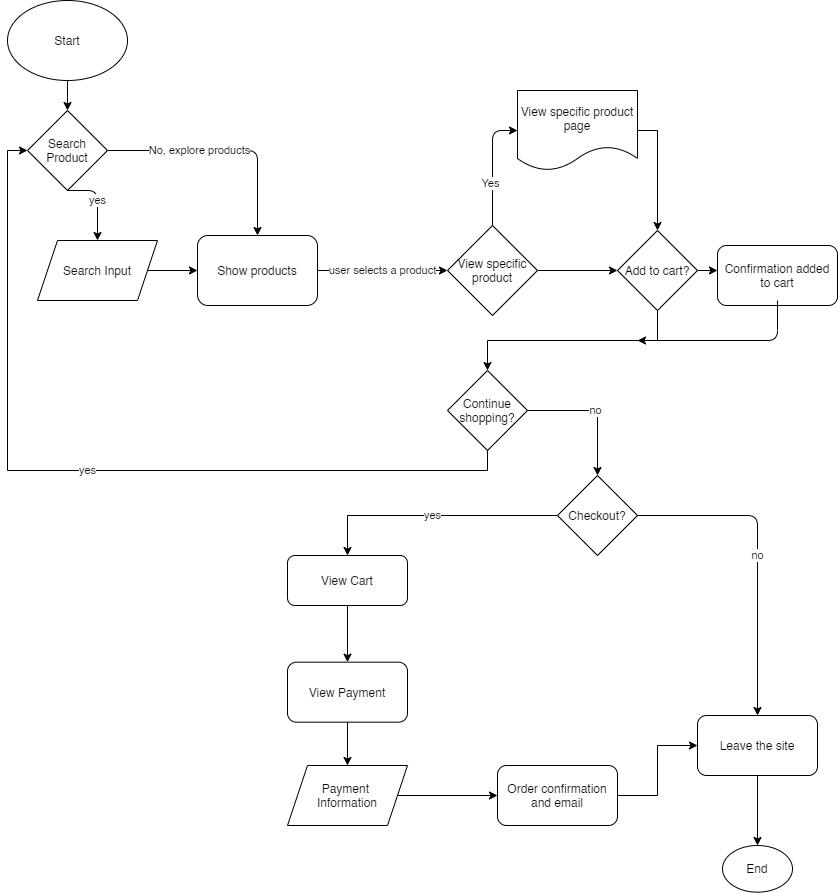
The draw.io diagram explore/diagramming/diagram.drawio.png in lmidang/fa21-cse110-lab4, before a commit. Source tidied: cells renumbered, new cells last; positions are measured from the earlier drawing's top-left corner, leaving out a move shared by most shapes.
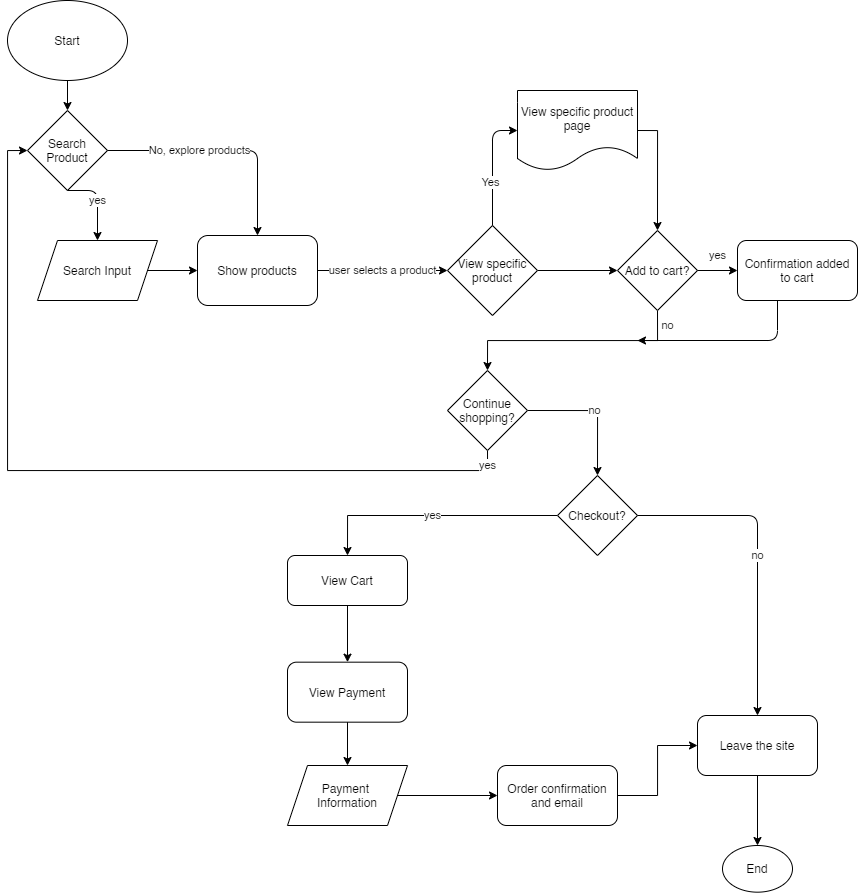
The same file after the commit.

The edit, as a diff of the source:
```diff
@@ -39,14 +39,14 @@
     <mxCell id="10" value="View&amp;nbsp;specific product" style="rhombus;whiteSpace=wrap;html=1;" parent="1" vertex="1">
       <mxGeometry x="440" y="225" width="90" height="90" as="geometry" />
     </mxCell>
-    <mxCell id="11" style="edgeStyle=orthogonalEdgeStyle;rounded=0;jettySize=auto;html=1;exitX=0.5;exitY=1;exitDx=0;exitDy=0;entryX=0.5;entryY=0;entryDx=0;entryDy=0;" parent="1" edge="1" source="12" target="15">
-      <mxGeometry relative="1" as="geometry" />
+    <mxCell id="11" value="no" style="edgeStyle=orthogonalEdgeStyle;rounded=0;jettySize=auto;html=1;exitX=0.5;exitY=1;exitDx=0;exitDy=0;entryX=0.5;entryY=0;entryDx=0;entryDy=0;" parent="1" edge="1" source="12" target="15">
+      <mxGeometry x="-0.87" y="10" relative="1" as="geometry" />
     </mxCell>
     <mxCell id="12" value="Add to cart?" style="rhombus;whiteSpace=wrap;html=1;" parent="1" vertex="1">
       <mxGeometry x="610" y="230" width="80" height="80" as="geometry" />
     </mxCell>
     <mxCell id="13" value="yes" style="edgeStyle=orthogonalEdgeStyle;rounded=0;jettySize=auto;html=1;exitX=0.5;exitY=1;exitDx=0;exitDy=0;entryX=0;entryY=0.5;entryDx=0;entryDy=0;" parent="1" edge="1" source="15" target="3">
-      <mxGeometry relative="1" as="geometry" />
+      <mxGeometry x="-0.96" relative="1" as="geometry" />
     </mxCell>
     <mxCell id="14" value="no" style="edgeStyle=orthogonalEdgeStyle;rounded=0;jettySize=auto;html=1;exitX=1;exitY=0.5;exitDx=0;exitDy=0;entryX=0.5;entryY=0;entryDx=0;entryDy=0;" parent="1" edge="1" source="15" target="26">
       <mxGeometry relative="1" as="geometry" />
@@ -77,12 +77,10 @@
       <mxGeometry x="190" y="235" width="120" height="70" as="geometry" />
     </mxCell>
     <mxCell id="22" value="Confirmation added to cart" style="rounded=1;whiteSpace=wrap;html=1;" parent="1" vertex="1">
-      <mxGeometry x="710" y="245" width="120" height="60" as="geometry" />
+      <mxGeometry x="730" y="240" width="120" height="60" as="geometry" />
     </mxCell>
-    <mxCell id="23" style="endArrow=classic;html=1;exitX=1;exitY=0.5;exitDx=0;exitDy=0;entryX=0;entryY=0.5;entryDx=0;entryDy=0;" parent="1" edge="1" source="12">
-      <mxGeometry relative="1" as="geometry">
-        <mxPoint x="710" y="270" as="targetPoint" />
-      </mxGeometry>
+    <mxCell id="23" value="yes" style="endArrow=classic;html=1;exitX=1;exitY=0.5;exitDx=0;exitDy=0;entryX=0;entryY=0.5;entryDx=0;entryDy=0;" parent="1" edge="1" source="12" target="22">
+      <mxGeometry y="15" relative="1" as="geometry" />
     </mxCell>
     <mxCell id="24" style="endArrow=classic;html=1;exitX=0.5;exitY=1;exitDx=0;exitDy=0;" parent="1" edge="1">
       <mxGeometry relative="1" as="geometry">
```
